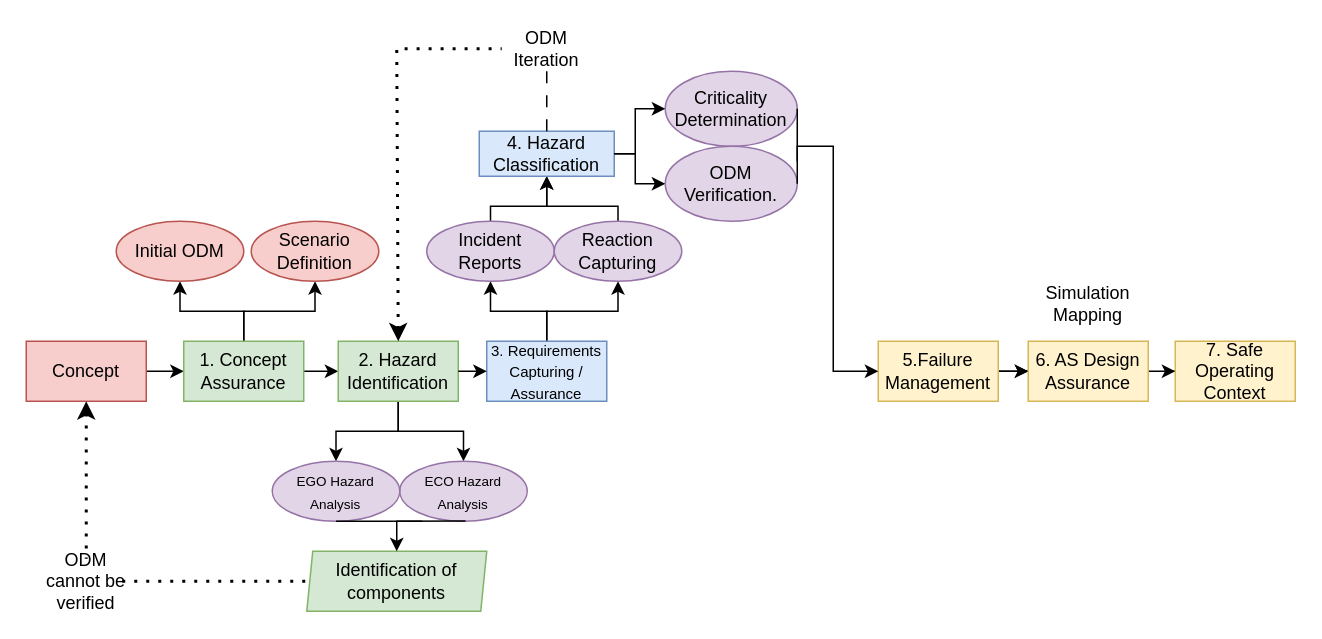
Earlier version of the draw.io diagram Overview/SACRED.drawio (TortoiseFather/SACRED). Source tidied: cells renumbered, new cells numbered last; positions are measured from the earlier drawing's top-left corner, leaving out a move shared by most shapes. Both pictures are drawn from the tidied source at 150%, with x=0, y=0 at pixel (26, 26).
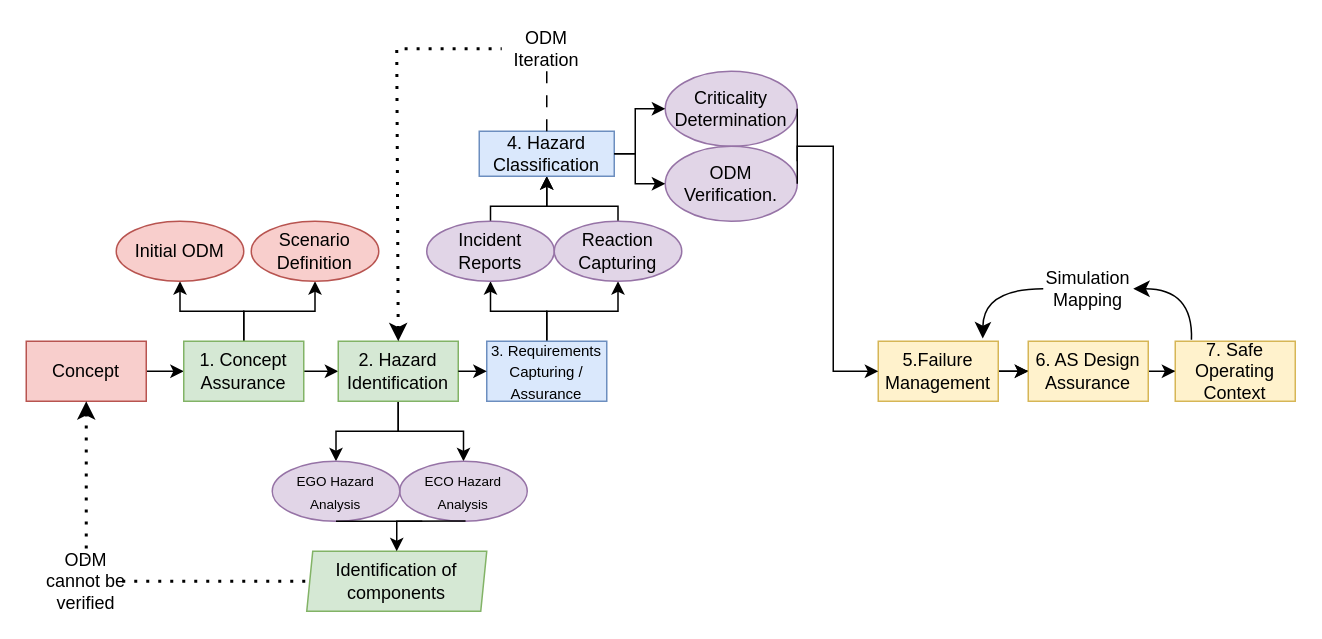
Above is the later version.

The change refers to these unchanged cells:
```xml
<mxCell id="16" value="5.Failure Management" style="rounded=0;whiteSpace=wrap;html=1;fillColor=#fff2cc;strokeColor=#d6b656;" parent="1" vertex="1">
  <mxGeometry x="568" y="210" width="80" height="40" as="geometry" />
</mxCell>
<mxCell id="25" value="7. Safe Operating Context" style="rounded=0;whiteSpace=wrap;html=1;fillColor=#fff2cc;strokeColor=#d6b656;" parent="1" vertex="1">
  <mxGeometry x="766" y="210" width="80" height="40" as="geometry" />
</mxCell>
```

The edit, as a diff of the source:
```diff
@@
     <mxCell id="45" value="Simulation Mapping" style="text;html=1;align=center;verticalAlign=middle;whiteSpace=wrap;rounded=0;" parent="1" vertex="1">
-      <mxGeometry x="678" y="170" width="60" height="30" as="geometry" />
+      <mxGeometry x="678" y="160" width="60" height="30" as="geometry" />
     </mxCell>
+    <mxCell id="46" style="endArrow=classic;html=1;rounded=0;fontSize=12;startSize=8;endSize=8;curved=1;entryX=1;entryY=0.5;entryDx=0;entryDy=0;exitX=0.135;exitY=-0.025;exitDx=0;exitDy=0;exitPerimeter=0;" parent="1" edge="1" source="25" target="45">
+      <mxGeometry relative="1" as="geometry">
+        <Array as="points">
+          <mxPoint x="778" y="175" />
+        </Array>
+      </mxGeometry>
+    </mxCell>
+    <mxCell id="47" style="endArrow=classic;html=1;rounded=0;fontSize=12;startSize=8;endSize=8;curved=1;entryX=0.871;entryY=-0.046;entryDx=0;entryDy=0;exitX=0;exitY=0.5;exitDx=0;exitDy=0;entryPerimeter=0;" parent="1" edge="1" source="45" target="16">
+      <mxGeometry relative="1" as="geometry">
+        <Array as="points">
+          <mxPoint x="638" y="175" />
+        </Array>
+      </mxGeometry>
+    </mxCell>
```
